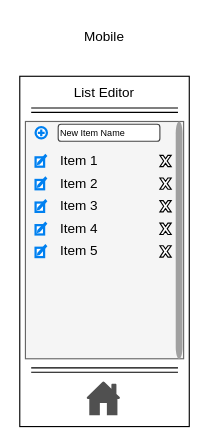
The draw.io diagram docs/wireframes/list-editor.drawio in JohnMarzulli/GrocerEase, before the edit. Source tidied: cells renumbered, new cells numbered last; positions are measured from the earlier drawing's top-left corner, leaving out a move shared by most shapes. Both pictures are drawn from the tidied source at 113%, with x=0, y=0 at pixel (19, 19).
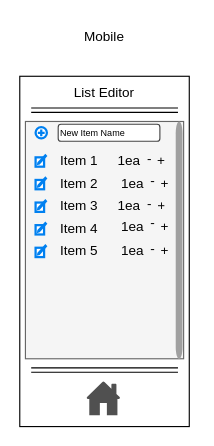
After the change.

Commit message:
Update wire frame

Unchanged cells that the change refers to:
```xml
<mxCell id="22" style="group;" parent="13" vertex="1">
  <mxGeometry y="40" width="130" height="140" as="geometry" />
</mxCell>
<mxCell id="26" style="group;" parent="13" vertex="1">
  <mxGeometry y="60" width="120" height="10" as="geometry" />
</mxCell>
```

Diff of the diagram source:
```diff
@@
     <mxCell id="13" style="group;" parent="1" vertex="1">
-      <mxGeometry x="14" y="120" width="130" height="180" as="geometry" />
+      <mxGeometry x="14" y="120" width="140" height="180" as="geometry" />
     </mxCell>
     <mxCell id="14" style="group;" parent="13" vertex="1">
-      <mxGeometry width="130" height="180" as="geometry" />
+      <mxGeometry width="140" height="180" as="geometry" />
     </mxCell>
@@
-    <mxCell id="17" style="verticalLabelPosition=bottom;verticalAlign=top;html=1;shape=mxgraph.basic.x;" parent="14" vertex="1">
-      <mxGeometry x="110" width="10" height="10" as="geometry" />
-    </mxCell>
+    <mxCell id="34" style="group;" parent="14" vertex="1">
+      <mxGeometry x="70" y="-2.5" width="47" height="15" as="geometry" />
+    </mxCell>
+    <mxCell id="35" value="1ea" style="text;strokeColor=none;align=center;fillColor=none;html=1;verticalAlign=middle;whiteSpace=wrap;rounded=0;" parent="34" vertex="1">
+      <mxGeometry width="26" height="15" as="geometry" />
+    </mxCell>
+    <mxCell id="36" value="-" style="text;strokeColor=none;align=center;fillColor=none;html=1;verticalAlign=middle;whiteSpace=wrap;rounded=0;" parent="34" vertex="1">
+      <mxGeometry x="26" width="10" height="10" as="geometry" />
+    </mxCell>
+    <mxCell id="37" value="+" style="text;strokeColor=none;align=center;fillColor=none;html=1;verticalAlign=middle;whiteSpace=wrap;rounded=0;" parent="34" vertex="1">
+      <mxGeometry x="36" y="2.5" width="11" height="10" as="geometry" />
+    </mxCell>
     <mxCell id="18" style="group;" parent="13" vertex="1">
-      <mxGeometry y="20" width="120" height="10" as="geometry" />
+      <mxGeometry y="20" width="120" height="12.5" as="geometry" />
     </mxCell>
@@
-    <mxCell id="21" style="verticalLabelPosition=bottom;verticalAlign=top;html=1;shape=mxgraph.basic.x;" parent="18" vertex="1">
-      <mxGeometry x="110" width="10" height="10" as="geometry" />
-    </mxCell>
+    <mxCell id="38" style="group;" parent="18" vertex="1">
+      <mxGeometry x="73" y="-2.5" width="47" height="15" as="geometry" />
+    </mxCell>
+    <mxCell id="39" value="1ea" style="text;strokeColor=none;align=center;fillColor=none;html=1;verticalAlign=middle;whiteSpace=wrap;rounded=0;" parent="38" vertex="1">
+      <mxGeometry width="26" height="15" as="geometry" />
+    </mxCell>
+    <mxCell id="40" value="-" style="text;strokeColor=none;align=center;fillColor=none;html=1;verticalAlign=middle;whiteSpace=wrap;rounded=0;" parent="38" vertex="1">
+      <mxGeometry x="26" width="10" height="10" as="geometry" />
+    </mxCell>
+    <mxCell id="41" value="+" style="text;strokeColor=none;align=center;fillColor=none;html=1;verticalAlign=middle;whiteSpace=wrap;rounded=0;" parent="38" vertex="1">
+      <mxGeometry x="36" y="2.5" width="11" height="10" as="geometry" />
+    </mxCell>
@@
-    <mxCell id="25" style="verticalLabelPosition=bottom;verticalAlign=top;html=1;shape=mxgraph.basic.x;" parent="22" vertex="1">
-      <mxGeometry x="110" width="10" height="10" as="geometry" />
-    </mxCell>
@@
-    <mxCell id="29" style="verticalLabelPosition=bottom;verticalAlign=top;html=1;shape=mxgraph.basic.x;" parent="26" vertex="1">
-      <mxGeometry x="110" width="10" height="10" as="geometry" />
-    </mxCell>
+    <mxCell id="42" style="group;" parent="26" vertex="1">
+      <mxGeometry x="73" y="-5" width="47" height="15" as="geometry" />
+    </mxCell>
+    <mxCell id="43" value="1ea" style="text;strokeColor=none;align=center;fillColor=none;html=1;verticalAlign=middle;whiteSpace=wrap;rounded=0;" parent="42" vertex="1">
+      <mxGeometry width="26" height="15" as="geometry" />
+    </mxCell>
+    <mxCell id="44" value="-" style="text;strokeColor=none;align=center;fillColor=none;html=1;verticalAlign=middle;whiteSpace=wrap;rounded=0;" parent="42" vertex="1">
+      <mxGeometry x="26" width="10" height="10" as="geometry" />
+    </mxCell>
+    <mxCell id="45" value="+" style="text;strokeColor=none;align=center;fillColor=none;html=1;verticalAlign=middle;whiteSpace=wrap;rounded=0;" parent="42" vertex="1">
+      <mxGeometry x="36" y="2.5" width="11" height="10" as="geometry" />
+    </mxCell>
     <mxCell id="30" style="group;" parent="13" vertex="1">
-      <mxGeometry y="80" width="120" height="10" as="geometry" />
+      <mxGeometry y="80" width="120" height="12.5" as="geometry" />
     </mxCell>
@@
-    <mxCell id="33" style="verticalLabelPosition=bottom;verticalAlign=top;html=1;shape=mxgraph.basic.x;" parent="30" vertex="1">
-      <mxGeometry x="110" width="10" height="10" as="geometry" />
-    </mxCell>
+    <mxCell id="46" style="group;" parent="30" vertex="1">
+      <mxGeometry x="73" y="-2.5" width="47" height="15" as="geometry" />
+    </mxCell>
+    <mxCell id="47" value="1ea" style="text;strokeColor=none;align=center;fillColor=none;html=1;verticalAlign=middle;whiteSpace=wrap;rounded=0;" parent="46" vertex="1">
+      <mxGeometry width="26" height="15" as="geometry" />
+    </mxCell>
+    <mxCell id="48" value="-" style="text;strokeColor=none;align=center;fillColor=none;html=1;verticalAlign=middle;whiteSpace=wrap;rounded=0;" parent="46" vertex="1">
+      <mxGeometry x="26" width="10" height="10" as="geometry" />
+    </mxCell>
+    <mxCell id="49" value="+" style="text;strokeColor=none;align=center;fillColor=none;html=1;verticalAlign=middle;whiteSpace=wrap;rounded=0;" parent="46" vertex="1">
+      <mxGeometry x="36" y="2.5" width="11" height="10" as="geometry" />
+    </mxCell>
+    <mxCell id="50" style="group;" parent="1" vertex="1">
+      <mxGeometry x="84" y="157.5" width="47" height="15" as="geometry" />
+    </mxCell>
+    <mxCell id="51" value="1ea" style="text;strokeColor=none;align=center;fillColor=none;html=1;verticalAlign=middle;whiteSpace=wrap;rounded=0;" parent="50" vertex="1">
+      <mxGeometry width="26" height="15" as="geometry" />
+    </mxCell>
+    <mxCell id="52" value="-" style="text;strokeColor=none;align=center;fillColor=none;html=1;verticalAlign=middle;whiteSpace=wrap;rounded=0;" parent="50" vertex="1">
+      <mxGeometry x="26" width="10" height="10" as="geometry" />
+    </mxCell>
+    <mxCell id="53" value="+" style="text;strokeColor=none;align=center;fillColor=none;html=1;verticalAlign=middle;whiteSpace=wrap;rounded=0;rotation=90;" parent="50" vertex="1">
+      <mxGeometry x="36" y="2.5" width="11" height="10" as="geometry" />
+    </mxCell>
```
